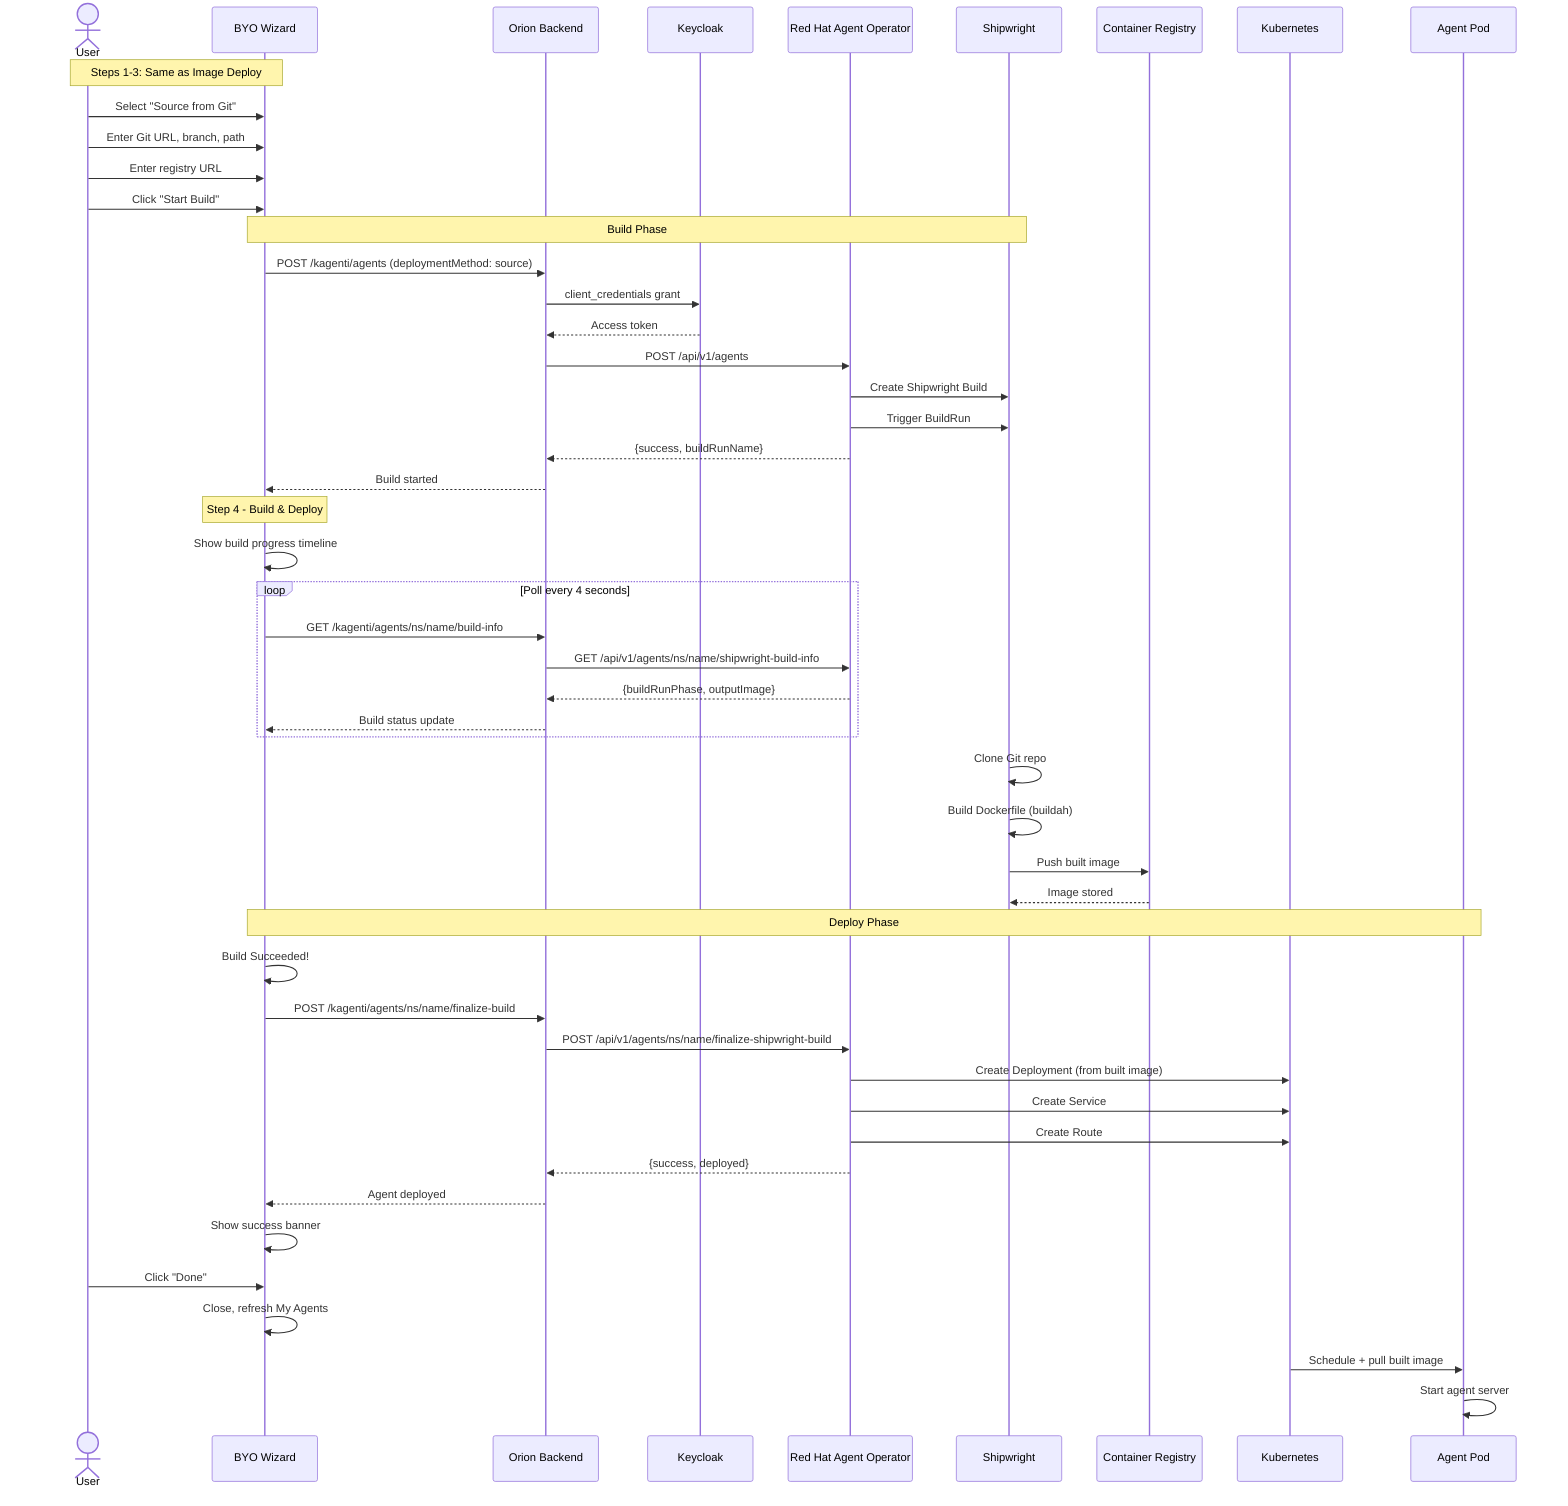
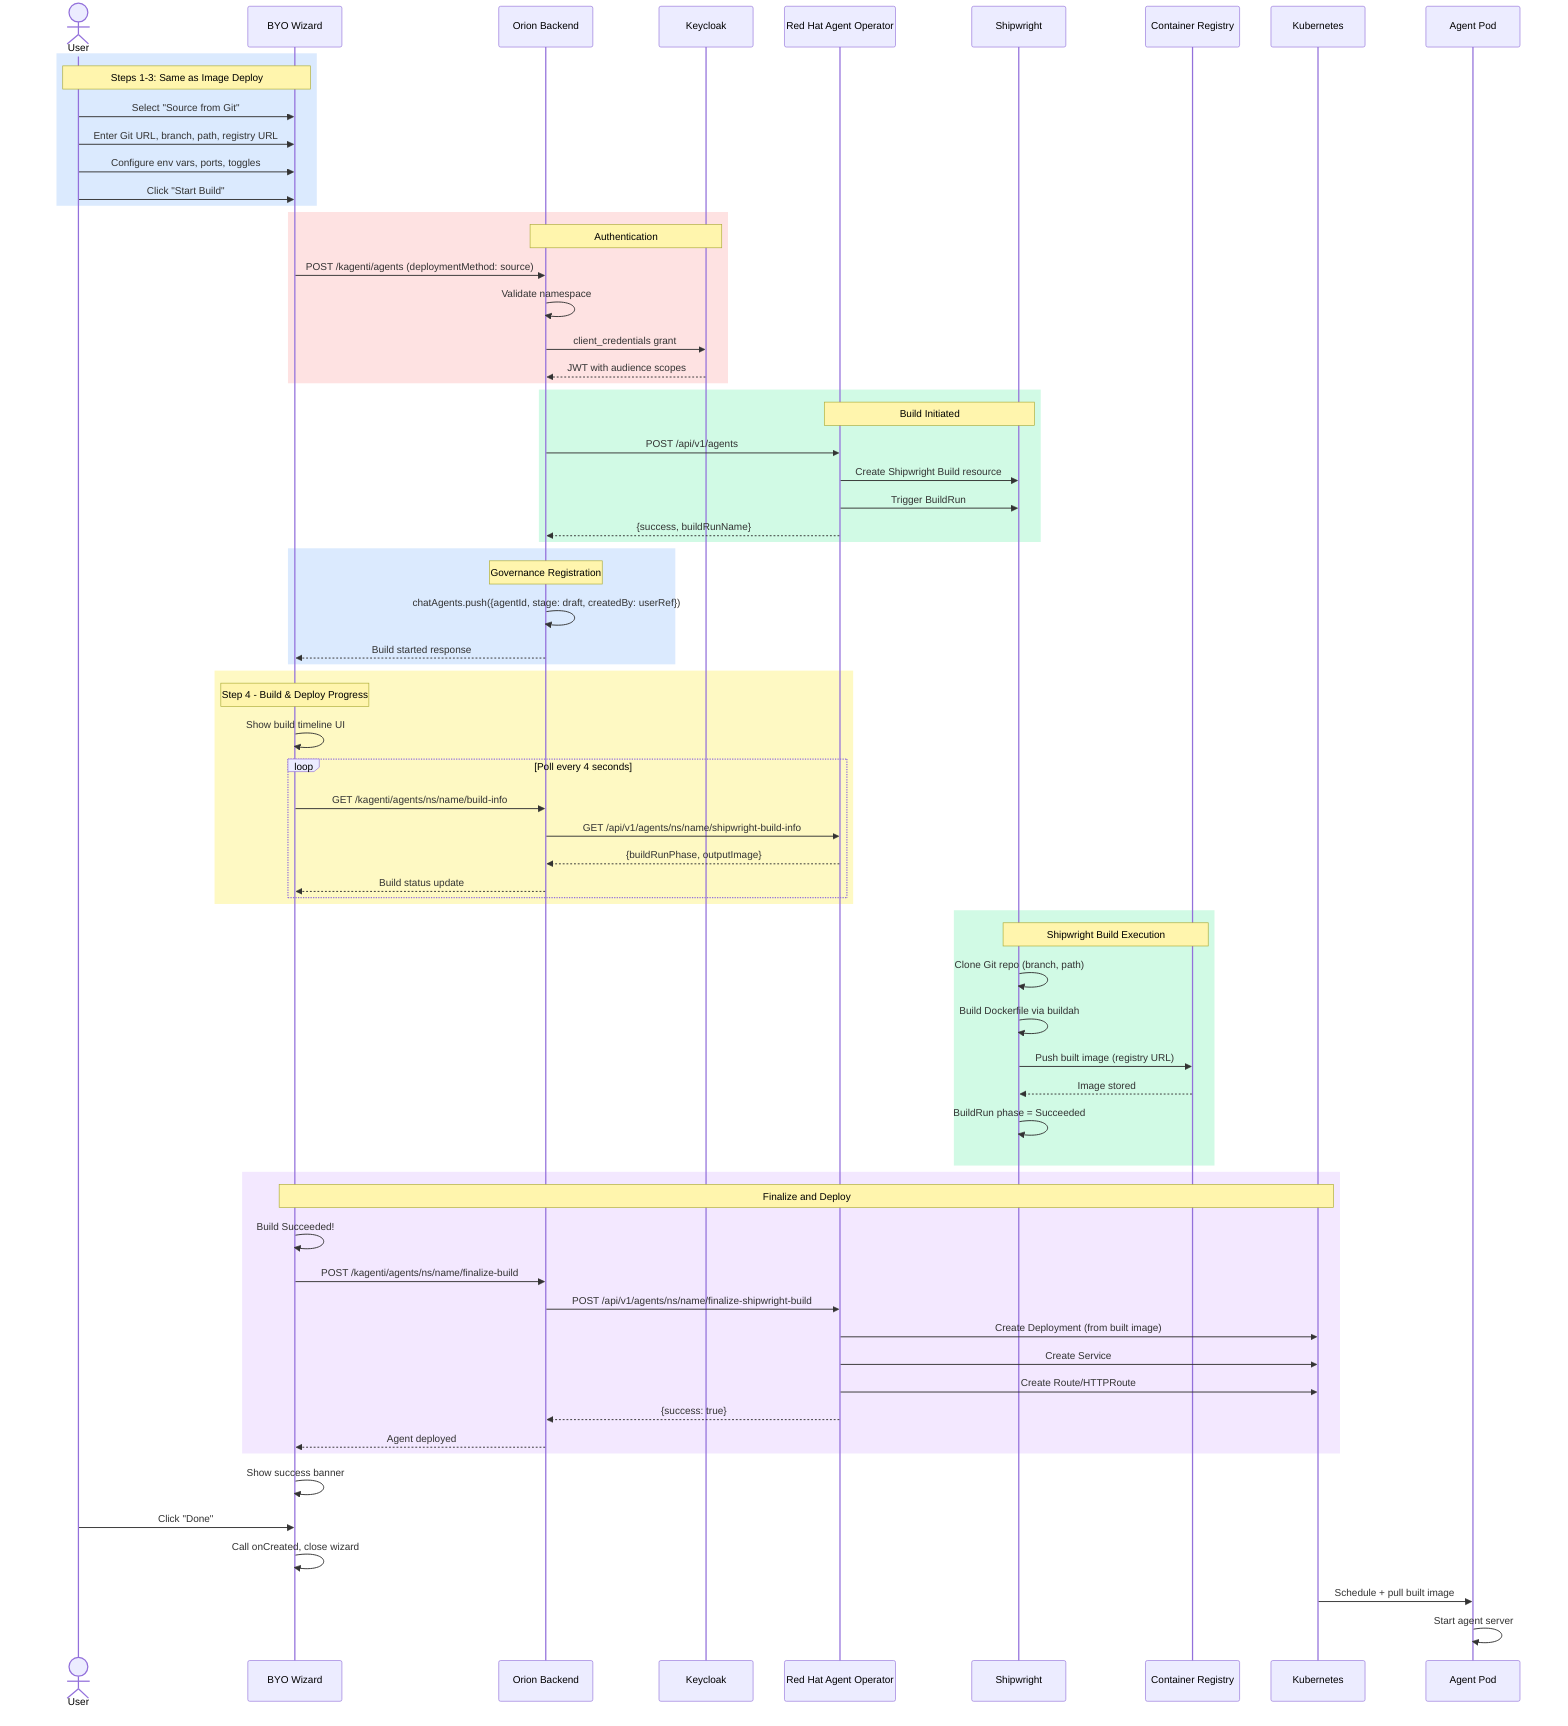
sequenceDiagram
    actor User
    participant Wizard as BYO Wizard
    participant Backend as Orion Backend
    participant KC as Keycloak
    participant RHAO as Red Hat Agent Operator
    participant SW as Shipwright
    participant Reg as Container Registry
    participant K8s as Kubernetes
    participant Pod as Agent Pod

+     rect rgb(219, 234, 254)
    Note over User,Wizard: Steps 1-3: Same as Image Deploy
    User->>Wizard: Select "Source from Git"
-     User->>Wizard: Enter Git URL, branch, path
-     User->>Wizard: Enter registry URL
+     User->>Wizard: Enter Git URL, branch, path, registry URL
+     User->>Wizard: Configure env vars, ports, toggles
    User->>Wizard: Click "Start Build"
+     end

-     Note over Wizard,SW: Build Phase
+     rect rgb(254, 226, 226)
+     Note over Backend,KC: Authentication
    Wizard->>Backend: POST /kagenti/agents (deploymentMethod: source)
+     Backend->>Backend: Validate namespace
    Backend->>KC: client_credentials grant
-     KC-->>Backend: Access token
+     KC-->>Backend: JWT with audience scopes
+     end
+ 
+     rect rgb(209, 250, 229)
+     Note over RHAO,SW: Build Initiated
    Backend->>RHAO: POST /api/v1/agents
-     RHAO->>SW: Create Shipwright Build
+     RHAO->>SW: Create Shipwright Build resource
    RHAO->>SW: Trigger BuildRun
    RHAO-->>Backend: {success, buildRunName}
-     Backend-->>Wizard: Build started
+     end

-     Note over Wizard: Step 4 - Build & Deploy
-     Wizard->>Wizard: Show build progress timeline
+     rect rgb(219, 234, 254)
+     Note over Backend: Governance Registration
+     Backend->>Backend: chatAgents.push({agentId, stage: draft, createdBy: userRef})
+     Backend-->>Wizard: Build started response
+     end
+ 
+     rect rgb(254, 249, 195)
+     Note over Wizard: Step 4 - Build & Deploy Progress
+     Wizard->>Wizard: Show build timeline UI

    loop Poll every 4 seconds
        Wizard->>Backend: GET /kagenti/agents/ns/name/build-info
        Backend->>RHAO: GET /api/v1/agents/ns/name/shipwright-build-info
        RHAO-->>Backend: {buildRunPhase, outputImage}
        Backend-->>Wizard: Build status update
    end
+     end

-     SW->>SW: Clone Git repo
-     SW->>SW: Build Dockerfile (buildah)
-     SW->>Reg: Push built image
+     rect rgb(209, 250, 229)
+     Note over SW,Reg: Shipwright Build Execution
+     SW->>SW: Clone Git repo (branch, path)
+     SW->>SW: Build Dockerfile via buildah
+     SW->>Reg: Push built image (registry URL)
    Reg-->>SW: Image stored
+     SW->>SW: BuildRun phase = Succeeded
+     end

-     Note over Wizard,Pod: Deploy Phase
+     rect rgb(243, 232, 255)
+     Note over Wizard,K8s: Finalize and Deploy
    Wizard->>Wizard: Build Succeeded!
    Wizard->>Backend: POST /kagenti/agents/ns/name/finalize-build
    Backend->>RHAO: POST /api/v1/agents/ns/name/finalize-shipwright-build
    RHAO->>K8s: Create Deployment (from built image)
    RHAO->>K8s: Create Service
-     RHAO->>K8s: Create Route
-     RHAO-->>Backend: {success, deployed}
+     RHAO->>K8s: Create Route/HTTPRoute
+     RHAO-->>Backend: {success: true}
    Backend-->>Wizard: Agent deployed
+     end

    Wizard->>Wizard: Show success banner
    User->>Wizard: Click "Done"
-     Wizard->>Wizard: Close, refresh My Agents
+     Wizard->>Wizard: Call onCreated, close wizard

    K8s->>Pod: Schedule + pull built image
    Pod->>Pod: Start agent server
